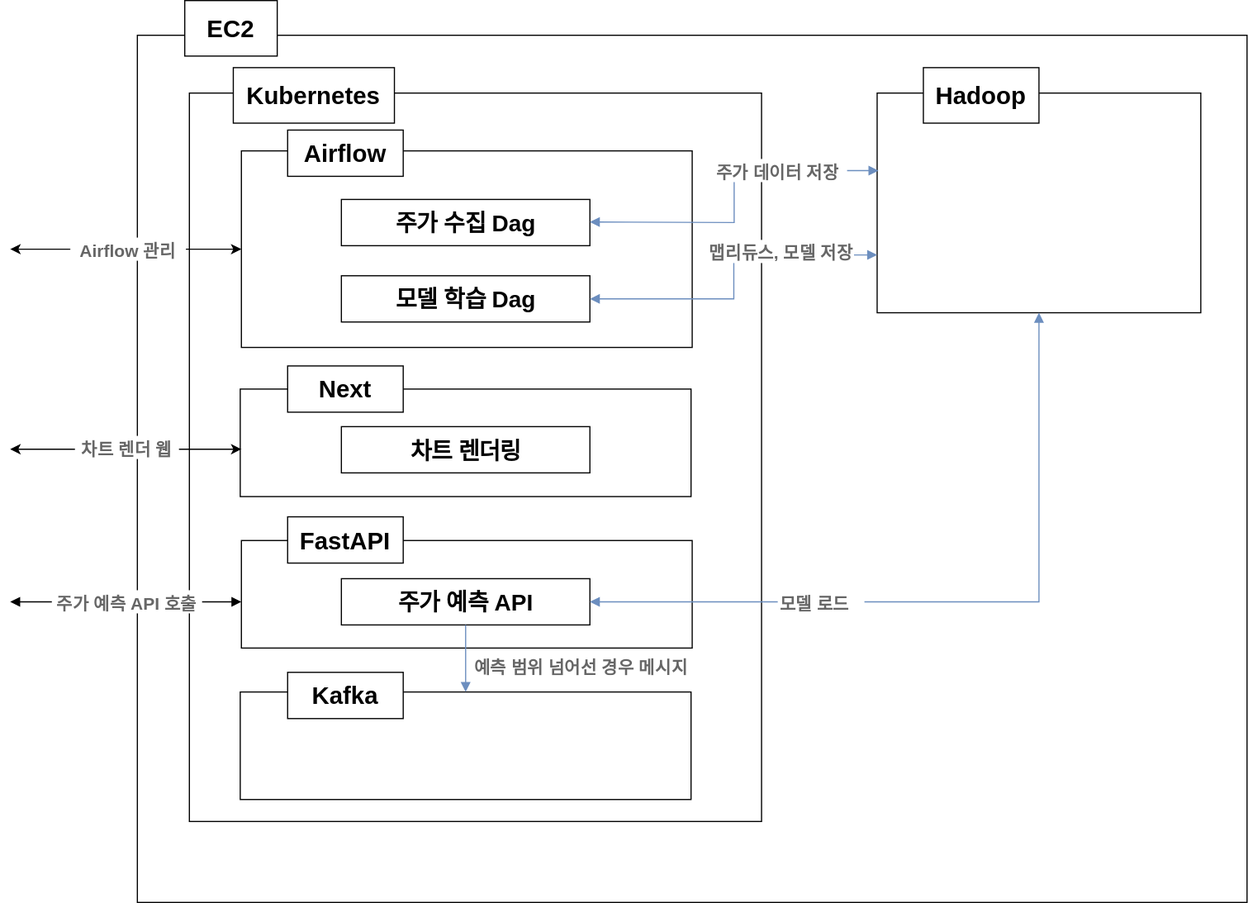
The draw.io diagram system_diagram.svg in mynspluto/stock-prediction, before a commit. Source tidied: cells renumbered, new cells last; positions are measured from the earlier drawing's top-left corner, leaving out a move shared by most shapes.
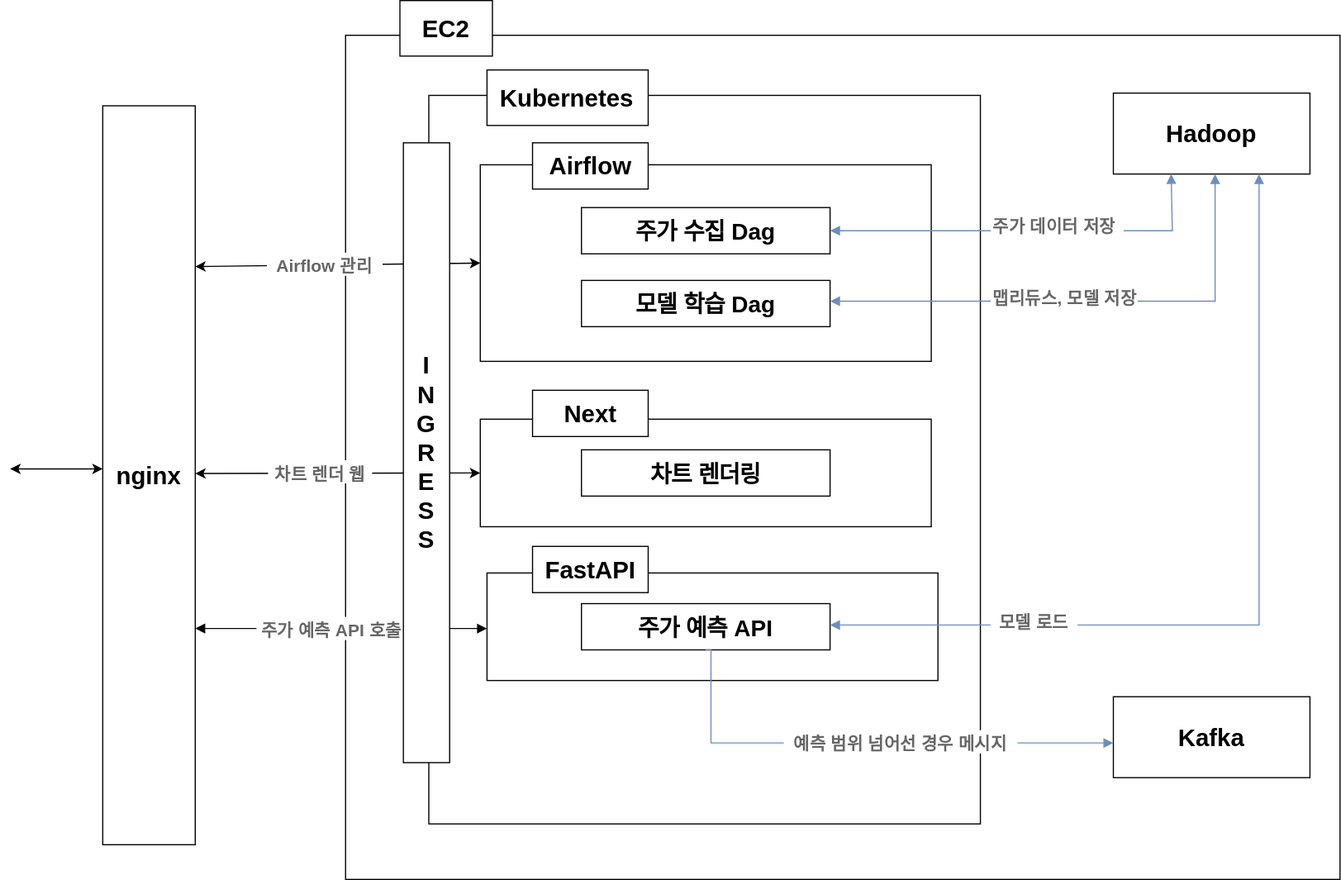
Above is the later version.

What changed in the source:
```diff
@@ -3,119 +3,131 @@
     <mxCell id="0" />
     <mxCell id="1" parent="0" />
     <mxCell id="2" style="rounded=0;whiteSpace=wrap;html=1;labelBackgroundColor=none;fontSize=21;" parent="1" vertex="1">
-      <mxGeometry x="110" y="30" width="960" height="750" as="geometry" />
+      <mxGeometry x="280" y="30" width="860" height="730" as="geometry" />
     </mxCell>
     <mxCell id="3" value="&lt;font style=&quot;color: rgb(0, 0, 0);&quot;&gt;EC2&lt;/font&gt;" style="text;html=1;whiteSpace=wrap;overflow=hidden;rounded=0;strokeWidth=1;align=center;verticalAlign=middle;fontSize=21;fontStyle=1;fontColor=#0000CC;labelBackgroundColor=none;labelBorderColor=none;strokeColor=default;fillColor=#FFFFFF;" parent="1" vertex="1">
-      <mxGeometry x="151" width="80" height="48" as="geometry" />
+      <mxGeometry x="327" width="80" height="48" as="geometry" />
     </mxCell>
     <mxCell id="4" style="rounded=0;whiteSpace=wrap;html=1;labelBackgroundColor=none;fontSize=21;" parent="1" vertex="1">
-      <mxGeometry x="155" y="80" width="495" height="630" as="geometry" />
+      <mxGeometry x="352" y="82" width="477" height="630" as="geometry" />
     </mxCell>
     <mxCell id="5" value="&lt;font color=&quot;#000000&quot;&gt;Kubernetes&lt;/font&gt;" style="text;html=1;whiteSpace=wrap;overflow=hidden;rounded=0;strokeWidth=1;align=center;verticalAlign=middle;fontSize=21;fontStyle=1;fontColor=#0000CC;labelBackgroundColor=none;labelBorderColor=none;strokeColor=default;fillColor=#FFFFFF;" parent="1" vertex="1">
-      <mxGeometry x="193" y="58" width="139.4" height="48" as="geometry" />
+      <mxGeometry x="402.3" y="60" width="139.4" height="48" as="geometry" />
     </mxCell>
     <mxCell id="6" style="rounded=0;whiteSpace=wrap;html=1;labelBackgroundColor=none;fontSize=21;" parent="1" vertex="1">
-      <mxGeometry x="200" y="130" width="390" height="170" as="geometry" />
+      <mxGeometry x="396.5" y="142" width="390" height="170" as="geometry" />
     </mxCell>
     <mxCell id="7" value="&lt;font color=&quot;#000000&quot;&gt;Airflow&lt;/font&gt;" style="text;html=1;whiteSpace=wrap;overflow=hidden;rounded=0;strokeWidth=1;align=center;verticalAlign=middle;fontSize=21;fontStyle=1;fontColor=#0000CC;labelBackgroundColor=none;labelBorderColor=none;strokeColor=default;fillColor=#FFFFFF;" parent="1" vertex="1">
-      <mxGeometry x="240" y="112" width="100" height="40" as="geometry" />
+      <mxGeometry x="441.7" y="123" width="100" height="40" as="geometry" />
     </mxCell>
     <mxCell id="8" value="&lt;font style=&quot;font-size: 20px;&quot; color=&quot;#000000&quot;&gt;주가 수집 Dag&lt;/font&gt;" style="text;html=1;whiteSpace=wrap;overflow=hidden;rounded=0;strokeWidth=1;align=center;verticalAlign=middle;fontSize=21;fontStyle=1;fontColor=#0000CC;labelBackgroundColor=none;labelBorderColor=none;strokeColor=default;fillColor=#FFFFFF;" parent="1" vertex="1">
-      <mxGeometry x="286.5" y="172" width="215" height="40" as="geometry" />
+      <mxGeometry x="484" y="179" width="215" height="40" as="geometry" />
     </mxCell>
     <mxCell id="9" value="&lt;font style=&quot;font-size: 20px;&quot; color=&quot;#000000&quot;&gt;모델 학습 Dag&lt;/font&gt;" style="text;html=1;whiteSpace=wrap;overflow=hidden;rounded=0;strokeWidth=1;align=center;verticalAlign=middle;fontSize=21;fontStyle=1;fontColor=#0000CC;labelBackgroundColor=none;labelBorderColor=none;strokeColor=default;fillColor=#FFFFFF;" parent="1" vertex="1">
-      <mxGeometry x="286.5" y="238" width="215" height="40" as="geometry" />
+      <mxGeometry x="484" y="242" width="215" height="40" as="geometry" />
     </mxCell>
     <mxCell id="10" style="rounded=0;whiteSpace=wrap;html=1;labelBackgroundColor=none;fontSize=21;" parent="1" vertex="1">
-      <mxGeometry x="199" y="336" width="390" height="93" as="geometry" />
+      <mxGeometry x="396.5" y="362" width="390" height="93" as="geometry" />
     </mxCell>
     <mxCell id="11" value="&lt;font color=&quot;#000000&quot;&gt;Next&lt;/font&gt;" style="text;html=1;whiteSpace=wrap;overflow=hidden;rounded=0;strokeWidth=1;align=center;verticalAlign=middle;fontSize=21;fontStyle=1;fontColor=#0000CC;labelBackgroundColor=none;labelBorderColor=none;strokeColor=default;fillColor=#FFFFFF;" parent="1" vertex="1">
-      <mxGeometry x="240" y="316" width="100" height="40" as="geometry" />
+      <mxGeometry x="441.7" y="337" width="100" height="40" as="geometry" />
     </mxCell>
     <mxCell id="12" value="&lt;font style=&quot;font-size: 20px;&quot; color=&quot;#000000&quot;&gt;차트 렌더링&lt;/font&gt;" style="text;html=1;whiteSpace=wrap;overflow=hidden;rounded=0;strokeWidth=1;align=center;verticalAlign=middle;fontSize=21;fontStyle=1;fontColor=#0000CC;labelBackgroundColor=none;labelBorderColor=none;strokeColor=default;fillColor=#FFFFFF;" parent="1" vertex="1">
-      <mxGeometry x="286.5" y="368.5" width="215" height="40" as="geometry" />
+      <mxGeometry x="484" y="388.5" width="215" height="40" as="geometry" />
     </mxCell>
     <mxCell id="13" style="rounded=0;whiteSpace=wrap;html=1;labelBackgroundColor=none;fontSize=21;" parent="1" vertex="1">
-      <mxGeometry x="200" y="467" width="390" height="93" as="geometry" />
+      <mxGeometry x="402.3" y="495" width="390" height="93" as="geometry" />
     </mxCell>
     <mxCell id="14" value="&lt;font color=&quot;#000000&quot;&gt;FastAPI&lt;/font&gt;" style="text;html=1;whiteSpace=wrap;overflow=hidden;rounded=0;strokeWidth=1;align=center;verticalAlign=middle;fontSize=21;fontStyle=1;fontColor=#0000CC;labelBackgroundColor=none;labelBorderColor=none;strokeColor=default;fillColor=#FFFFFF;" parent="1" vertex="1">
-      <mxGeometry x="240" y="446.5" width="100" height="40" as="geometry" />
+      <mxGeometry x="441.7" y="472" width="100" height="40" as="geometry" />
     </mxCell>
     <mxCell id="15" value="&lt;font style=&quot;font-size: 20px;&quot; color=&quot;#000000&quot;&gt;주가 예측 API&lt;/font&gt;" style="text;html=1;whiteSpace=wrap;overflow=hidden;rounded=0;strokeWidth=1;align=center;verticalAlign=middle;fontSize=21;fontStyle=1;fontColor=#0000CC;labelBackgroundColor=none;labelBorderColor=none;strokeColor=default;fillColor=#FFFFFF;" parent="1" vertex="1">
-      <mxGeometry x="286.5" y="500" width="215" height="40" as="geometry" />
+      <mxGeometry x="484" y="521.5" width="215" height="40" as="geometry" />
     </mxCell>
-    <mxCell id="16" style="rounded=0;whiteSpace=wrap;html=1;labelBackgroundColor=none;fontSize=21;" parent="1" vertex="1">
-      <mxGeometry x="199" y="598" width="390" height="93" as="geometry" />
-    </mxCell>
     <mxCell id="17" value="&lt;font color=&quot;#000000&quot;&gt;Kafka&lt;/font&gt;" style="text;html=1;whiteSpace=wrap;overflow=hidden;rounded=0;strokeWidth=1;align=center;verticalAlign=middle;fontSize=21;fontStyle=1;fontColor=#0000CC;labelBackgroundColor=none;labelBorderColor=none;strokeColor=default;fillColor=#FFFFFF;" parent="1" vertex="1">
-      <mxGeometry x="240" y="581" width="100" height="40" as="geometry" />
+      <mxGeometry x="944" y="602" width="170" height="70" as="geometry" />
     </mxCell>
-    <mxCell id="18" style="rounded=0;whiteSpace=wrap;html=1;labelBackgroundColor=none;fontSize=21;" parent="1" vertex="1">
-      <mxGeometry x="750" y="80" width="280" height="190" as="geometry" />
-    </mxCell>
     <mxCell id="19" value="&lt;font color=&quot;#000000&quot;&gt;Hadoop&lt;/font&gt;" style="text;html=1;whiteSpace=wrap;overflow=hidden;rounded=0;strokeWidth=1;align=center;verticalAlign=middle;fontSize=21;fontStyle=1;fontColor=#0000CC;labelBackgroundColor=none;labelBorderColor=none;strokeColor=default;fillColor=#FFFFFF;" parent="1" vertex="1">
-      <mxGeometry x="790" y="58" width="100" height="48" as="geometry" />
+      <mxGeometry x="944" y="80" width="170" height="70" as="geometry" />
     </mxCell>
-    <mxCell id="20" style="edgeStyle=orthogonalEdgeStyle;html=1;endArrow=block;elbow=vertical;startArrow=block;startFill=1;endFill=1;strokeColor=#6c8ebf;rounded=0;entryX=0.004;entryY=0.353;entryDx=0;entryDy=0;entryPerimeter=0;fillColor=#dae8fc;" parent="1" edge="1" target="18">
+    <mxCell id="20" style="edgeStyle=orthogonalEdgeStyle;html=1;endArrow=block;elbow=vertical;startArrow=block;startFill=1;endFill=1;strokeColor=#6c8ebf;rounded=0;entryX=0.388;entryY=1;entryDx=0;entryDy=0;fillColor=#dae8fc;entryPerimeter=0;" parent="1" edge="1" source="8">
       <mxGeometry relative="1" as="geometry">
-        <mxPoint x="501.5" y="191.5" as="sourcePoint" />
+        <mxPoint x="994" y="150" as="targetPoint" />
+        <Array as="points">
+          <mxPoint x="995" y="199" />
+        </Array>
       </mxGeometry>
     </mxCell>
-    <mxCell id="21" style="edgeStyle=orthogonalEdgeStyle;html=1;endArrow=block;elbow=vertical;startArrow=block;startFill=1;endFill=1;strokeColor=#6c8ebf;rounded=0;fillColor=#dae8fc;" parent="1" edge="1" source="9" target="18">
+    <mxCell id="21" style="edgeStyle=orthogonalEdgeStyle;html=1;endArrow=block;elbow=vertical;startArrow=block;startFill=1;endFill=1;strokeColor=#6c8ebf;rounded=0;fillColor=#dae8fc;" parent="1" edge="1" source="9" target="19">
       <mxGeometry relative="1" as="geometry">
         <Array as="points">
-          <mxPoint x="626" y="258" />
-          <mxPoint x="626" y="220" />
+          <mxPoint x="1032" y="260" />
         </Array>
       </mxGeometry>
     </mxCell>
-    <mxCell id="22" style="edgeStyle=orthogonalEdgeStyle;html=1;endArrow=block;elbow=vertical;startArrow=block;startFill=1;endFill=1;strokeColor=#000000;rounded=0;fillColor=#dae8fc;" parent="1" edge="1">
+    <mxCell id="22" style="edgeStyle=orthogonalEdgeStyle;html=1;endArrow=block;elbow=vertical;startArrow=block;startFill=1;endFill=1;strokeColor=#000000;rounded=0;fillColor=#dae8fc;exitX=0;exitY=0.581;exitDx=0;exitDy=0;exitPerimeter=0;" parent="1" edge="1">
       <mxGeometry relative="1" as="geometry">
-        <mxPoint x="200" y="520" as="sourcePoint" />
-        <mxPoint y="520" as="targetPoint" />
+        <mxPoint x="402.3" y="543" as="sourcePoint" />
+        <mxPoint x="150" y="543" as="targetPoint" />
       </mxGeometry>
     </mxCell>
-    <mxCell id="23" style="edgeStyle=orthogonalEdgeStyle;html=1;endArrow=block;elbow=vertical;startArrow=none;endFill=1;strokeColor=#6c8ebf;rounded=0;fillColor=#dae8fc;" parent="1" edge="1" source="15" target="16">
-      <mxGeometry relative="1" as="geometry" />
+    <mxCell id="23" style="edgeStyle=orthogonalEdgeStyle;html=1;endArrow=block;elbow=vertical;startArrow=none;endFill=1;strokeColor=#6c8ebf;rounded=0;fillColor=#dae8fc;exitX=0.5;exitY=1;exitDx=0;exitDy=0;" parent="1" edge="1" source="15" target="17">
+      <mxGeometry relative="1" as="geometry">
+        <Array as="points">
+          <mxPoint x="596" y="562" />
+          <mxPoint x="596" y="642" />
+        </Array>
+      </mxGeometry>
     </mxCell>
     <mxCell id="24" value="주가 데이터 저장" style="text;html=1;whiteSpace=wrap;overflow=hidden;rounded=0;align=left;verticalAlign=middle;fontColor=#666666;fontStyle=1;fillColor=default;fillStyle=solid;fontSize=15;" parent="1" vertex="1">
-      <mxGeometry x="609" y="137" width="115" height="20" as="geometry" />
+      <mxGeometry x="838" y="184" width="115" height="20" as="geometry" />
     </mxCell>
     <mxCell id="25" value="맵리듀스, 모델 저장" style="text;html=1;whiteSpace=wrap;overflow=hidden;rounded=0;align=left;verticalAlign=middle;fontColor=#666666;fontStyle=1;fillColor=default;fillStyle=solid;fontSize=15;" parent="1" vertex="1">
-      <mxGeometry x="603" y="207" width="127" height="20" as="geometry" />
+      <mxGeometry x="838" y="246" width="127" height="20" as="geometry" />
     </mxCell>
     <mxCell id="26" value="주가 예측 API 호출" style="text;html=1;whiteSpace=wrap;overflow=hidden;rounded=0;align=center;verticalAlign=middle;fontColor=#666666;fontStyle=1;fillColor=default;fillStyle=solid;fontSize=15;" parent="1" vertex="1">
-      <mxGeometry x="36" y="510" width="130" height="20" as="geometry" />
+      <mxGeometry x="203" y="533" width="130" height="20" as="geometry" />
     </mxCell>
-    <mxCell id="27" value="예측 범위 넘어선 경우 메시지 전송" style="text;html=1;whiteSpace=wrap;overflow=hidden;rounded=0;align=center;verticalAlign=middle;fontColor=#666666;fontStyle=1;fontSize=15;" parent="1" vertex="1">
-      <mxGeometry x="393" y="565" width="202" height="20" as="geometry" />
+    <mxCell id="27" value="예측 범위 넘어선 경우 메시지 전송" style="text;html=1;whiteSpace=wrap;overflow=hidden;rounded=0;align=center;verticalAlign=middle;fontColor=#666666;fontStyle=1;fontSize=15;fillColor=default;fillStyle=solid;" parent="1" vertex="1">
+      <mxGeometry x="659" y="631" width="202" height="20" as="geometry" />
     </mxCell>
-    <mxCell id="28" style="endArrow=classic;startArrow=classic;html=1;rounded=0;spacing=0;" parent="1" edge="1" target="6">
-      <mxGeometry relative="1" as="geometry">
-        <mxPoint y="215" as="sourcePoint" />
-      </mxGeometry>
-    </mxCell>
-    <mxCell id="29" style="endArrow=classic;startArrow=classic;html=1;rounded=0;spacing=0;" parent="1" edge="1">
+    <mxCell id="29" style="endArrow=classic;startArrow=classic;html=1;rounded=0;spacing=0;entryX=0;entryY=0.5;entryDx=0;entryDy=0;" parent="1" edge="1" target="10">
       <mxGeometry relative="1" as="geometry">
-        <mxPoint y="388" as="sourcePoint" />
-        <mxPoint x="200" y="388" as="targetPoint" />
+        <mxPoint x="150" y="409" as="sourcePoint" />
       </mxGeometry>
     </mxCell>
-    <mxCell id="30" value="Airflow 관리" style="text;html=1;whiteSpace=wrap;overflow=hidden;rounded=0;align=center;verticalAlign=middle;fontColor=#666666;fontStyle=1;fillColor=default;fillStyle=solid;fontSize=15;" parent="1" vertex="1">
-      <mxGeometry x="52" y="205" width="100" height="20" as="geometry" />
-    </mxCell>
     <mxCell id="31" value="차트 렌더 웹" style="text;html=1;whiteSpace=wrap;overflow=hidden;rounded=0;align=center;verticalAlign=middle;fontColor=#666666;fontStyle=1;fillColor=default;fillStyle=solid;fontSize=15;" parent="1" vertex="1">
-      <mxGeometry x="56" y="376.5" width="90" height="20" as="geometry" />
+      <mxGeometry x="213" y="397.5" width="90" height="20" as="geometry" />
     </mxCell>
-    <mxCell id="32" style="edgeStyle=orthogonalEdgeStyle;html=1;endArrow=block;elbow=vertical;startArrow=block;startFill=1;endFill=1;strokeColor=#6c8ebf;rounded=0;fillColor=#dae8fc;" parent="1" edge="1" source="15" target="18">
+    <mxCell id="32" style="edgeStyle=orthogonalEdgeStyle;html=1;endArrow=block;elbow=vertical;startArrow=block;startFill=1;endFill=1;strokeColor=#6c8ebf;rounded=0;fillColor=#dae8fc;" parent="1" edge="1" source="15" target="19">
       <mxGeometry relative="1" as="geometry">
         <Array as="points">
-          <mxPoint x="890" y="520" />
+          <mxPoint x="1070" y="540" />
         </Array>
       </mxGeometry>
     </mxCell>
-    <mxCell id="33" value="모델 로드" style="text;html=1;whiteSpace=wrap;overflow=hidden;rounded=0;align=left;verticalAlign=middle;fontColor=#666666;fontStyle=1;fillColor=default;fillStyle=solid;fontSize=15;" parent="1" vertex="1">
-      <mxGeometry x="664" y="509.5" width="75" height="20" as="geometry" />
+    <mxCell id="33" value="모델 로드" style="text;html=1;whiteSpace=wrap;overflow=hidden;rounded=0;align=center;verticalAlign=middle;fontColor=#666666;fontStyle=1;fillColor=default;fillStyle=solid;fontSize=15;" parent="1" vertex="1">
+      <mxGeometry x="838" y="525.5" width="75" height="20" as="geometry" />
     </mxCell>
+    <mxCell id="34" style="endArrow=classic;startArrow=classic;html=1;rounded=0;spacing=0;entryX=0;entryY=0.5;entryDx=0;entryDy=0;" parent="1" edge="1" target="6">
+      <mxGeometry relative="1" as="geometry">
+        <mxPoint x="150" y="230" as="sourcePoint" />
+      </mxGeometry>
+    </mxCell>
+    <mxCell id="30" value="Airflow 관리" style="text;html=1;whiteSpace=wrap;overflow=hidden;rounded=0;align=center;verticalAlign=middle;fontColor=#666666;fontStyle=1;fillColor=default;fillStyle=solid;fontSize=15;" parent="1" vertex="1">
+      <mxGeometry x="212" y="218" width="100" height="20" as="geometry" />
+    </mxCell>
+    <mxCell id="35" value="&lt;font color=&quot;#000000&quot;&gt;nginx&lt;/font&gt;" style="text;html=1;whiteSpace=wrap;overflow=hidden;rounded=0;strokeWidth=1;align=center;verticalAlign=middle;fontSize=21;fontStyle=1;fontColor=#0000CC;labelBackgroundColor=none;labelBorderColor=none;strokeColor=default;fillColor=#FFFFFF;" parent="1" vertex="1">
+      <mxGeometry x="70" y="91" width="80" height="639" as="geometry" />
+    </mxCell>
+    <mxCell id="36" style="endArrow=classic;startArrow=classic;html=1;rounded=0;" parent="1" edge="1">
+      <mxGeometry relative="1" as="geometry">
+        <mxPoint x="-10" y="405" as="sourcePoint" />
+        <mxPoint x="70" y="405" as="targetPoint" />
+      </mxGeometry>
+    </mxCell>
+    <mxCell id="37" value="I&lt;br&gt;&lt;div&gt;N&lt;/div&gt;&lt;div&gt;G&lt;/div&gt;&lt;div&gt;R&lt;/div&gt;&lt;div&gt;E&lt;/div&gt;&lt;div&gt;S&lt;/div&gt;&lt;div&gt;S&lt;/div&gt;" style="rounded=0;whiteSpace=wrap;html=1;fontSize=21;fontStyle=1;" parent="1" vertex="1">
+      <mxGeometry x="330" y="123" width="40" height="536" as="geometry" />
+    </mxCell>
   </root>
 </mxGraphModel>
```
